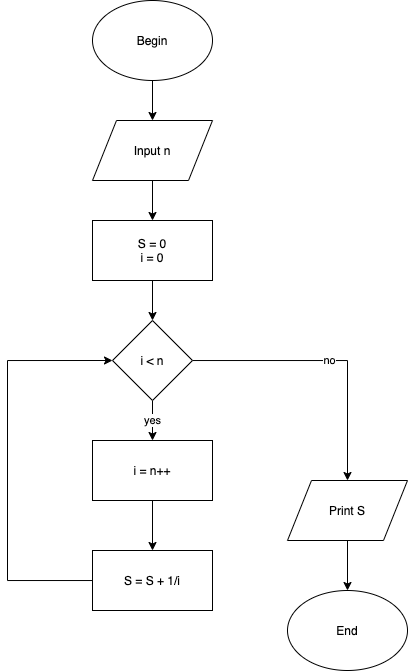
The draw.io diagram Assignment 3/2 - Assignment 3.png in ngminhtien98/T2005E-LBEP, before a commit. Source tidied: cells renumbered, new cells last; positions are measured from the earlier drawing's top-left corner, leaving out a move shared by most shapes.
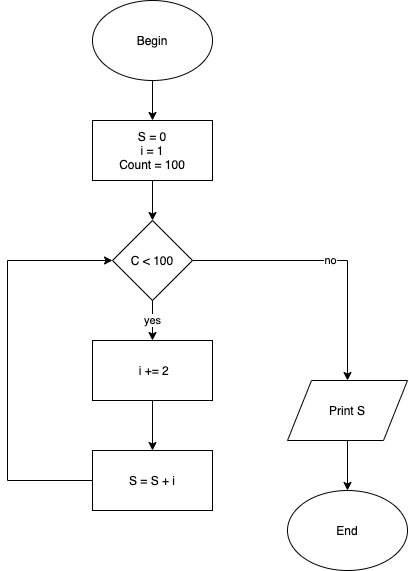
Above is the later version.

Diff of the diagram source:
```diff
@@ -2,22 +2,18 @@
   <root>
     <mxCell id="0" />
     <mxCell id="1" parent="0" />
-    <mxCell id="2" style="edgeStyle=orthogonalEdgeStyle;rounded=0;jettySize=auto;html=1;" parent="1" edge="1" source="3" target="5">
-      <mxGeometry relative="1" as="geometry" />
-    </mxCell>
     <mxCell id="3" value="Begin" style="ellipse;whiteSpace=wrap;html=1;" parent="1" vertex="1">
-      <mxGeometry x="85" width="120" height="80" as="geometry" />
+      <mxGeometry x="85" y="100" width="120" height="80" as="geometry" />
     </mxCell>
-    <mxCell id="4" style="edgeStyle=orthogonalEdgeStyle;rounded=0;jettySize=auto;html=1;" parent="1" edge="1" source="5" target="7">
-      <mxGeometry relative="1" as="geometry" />
+    <mxCell id="4" style="edgeStyle=orthogonalEdgeStyle;rounded=0;jettySize=auto;html=1;" parent="1" edge="1" target="7">
+      <mxGeometry relative="1" as="geometry">
+        <mxPoint x="145" y="180" as="sourcePoint" />
+      </mxGeometry>
     </mxCell>
-    <mxCell id="5" value="Input n" style="shape=parallelogram;perimeter=parallelogramPerimeter;whiteSpace=wrap;html=1;" parent="1" vertex="1">
-      <mxGeometry x="85" y="120" width="120" height="60" as="geometry" />
-    </mxCell>
     <mxCell id="6" style="edgeStyle=orthogonalEdgeStyle;rounded=0;jettySize=auto;html=1;" parent="1" edge="1" source="7" target="10">
       <mxGeometry relative="1" as="geometry" />
     </mxCell>
-    <mxCell id="7" value="S = 0&lt;br&gt;i = 0" style="rounded=0;whiteSpace=wrap;html=1;" parent="1" vertex="1">
+    <mxCell id="7" value="S = 0&lt;br&gt;i = 1&lt;br&gt;Count = 100" style="rounded=0;whiteSpace=wrap;html=1;" parent="1" vertex="1">
       <mxGeometry x="85" y="220" width="120" height="60" as="geometry" />
     </mxCell>
     <mxCell id="8" value="yes" style="edgeStyle=orthogonalEdgeStyle;rounded=0;jettySize=auto;html=1;" parent="1" edge="1" source="10" target="12">
@@ -26,13 +22,13 @@
     <mxCell id="9" value="no" style="edgeStyle=orthogonalEdgeStyle;rounded=0;jettySize=auto;html=1;entryX=0.5;entryY=0;entryDx=0;entryDy=0;" parent="1" edge="1" source="10" target="16">
       <mxGeometry relative="1" as="geometry" />
     </mxCell>
-    <mxCell id="10" value="i &amp;lt; n" style="rhombus;whiteSpace=wrap;html=1;" parent="1" vertex="1">
+    <mxCell id="10" value="C &amp;lt; 100" style="rhombus;whiteSpace=wrap;html=1;" parent="1" vertex="1">
       <mxGeometry x="105" y="320" width="80" height="80" as="geometry" />
     </mxCell>
     <mxCell id="11" style="edgeStyle=orthogonalEdgeStyle;rounded=0;jettySize=auto;html=1;" parent="1" edge="1" source="12" target="14">
       <mxGeometry relative="1" as="geometry" />
     </mxCell>
-    <mxCell id="12" value="i = n++" style="rounded=0;whiteSpace=wrap;html=1;" parent="1" vertex="1">
+    <mxCell id="12" value="&amp;nbsp;i += 2" style="rounded=0;whiteSpace=wrap;html=1;" parent="1" vertex="1">
       <mxGeometry x="85" y="440" width="120" height="60" as="geometry" />
     </mxCell>
     <mxCell id="13" style="edgeStyle=orthogonalEdgeStyle;rounded=0;jettySize=auto;html=1;entryX=0;entryY=0.5;entryDx=0;entryDy=0;" parent="1" edge="1" source="14" target="10">
@@ -43,7 +39,7 @@
         </Array>
       </mxGeometry>
     </mxCell>
-    <mxCell id="14" value="S = S + 1/i" style="rounded=0;whiteSpace=wrap;html=1;" parent="1" vertex="1">
+    <mxCell id="14" value="S = S + i" style="rounded=0;whiteSpace=wrap;html=1;" parent="1" vertex="1">
       <mxGeometry x="85" y="550" width="120" height="60" as="geometry" />
     </mxCell>
     <mxCell id="15" style="edgeStyle=orthogonalEdgeStyle;rounded=0;jettySize=auto;html=1;" parent="1" edge="1" source="16" target="17">
```
